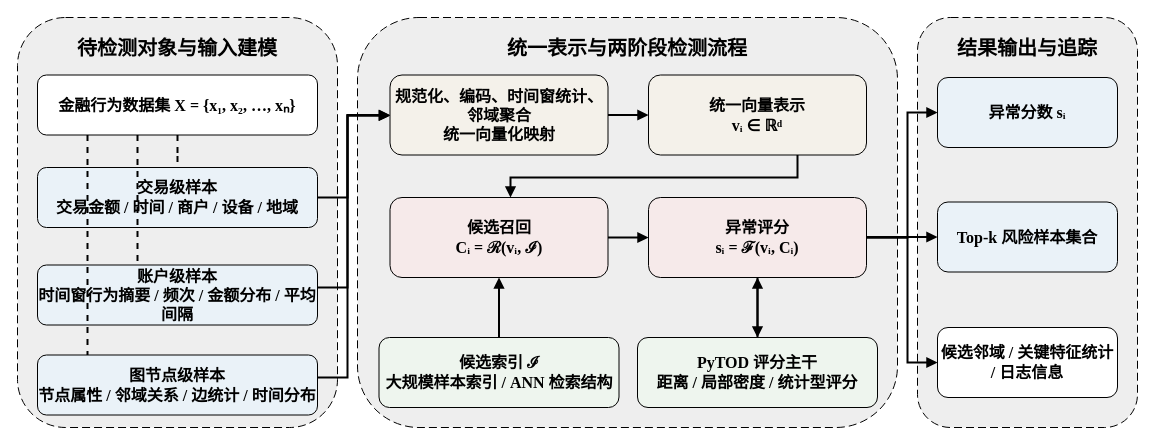
Earlier version of the draw.io diagram figures/fig3-1_financial_anomaly_task_model.drawio (HuangEven/latex-template). Source tidied: cells renumbered, new cells numbered last; positions are measured from the earlier drawing's top-left corner, leaving out a move shared by most shapes. Both pictures are drawn from the tidied source at 100%, with x=0, y=0 at pixel (17, 17).
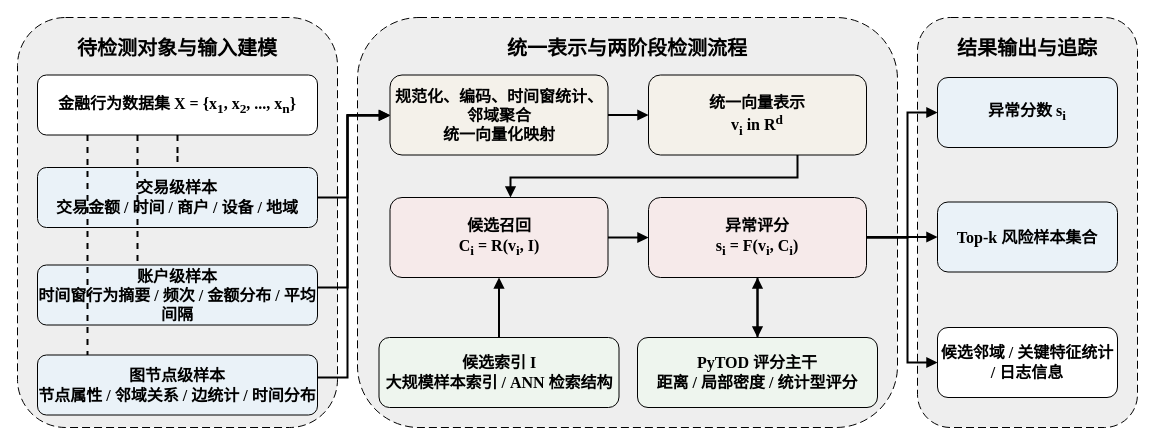
The same page after the edit.

Diff of the diagram source:
```diff
@@
-    <mxCell id="5" value="金融行为数据集 X = {x₁, x₂, …, xₙ}" style="rounded=1;whiteSpace=wrap;html=1;fontSize=16;fontStyle=1;fontFamily=Times New Roman;align=center;verticalAlign=middle;strokeWidth=1;rotation=0;" parent="1" vertex="1">
+    <mxCell id="5" value="金融行为数据集 X = {x&lt;sub&gt;1&lt;/sub&gt;, x&lt;sub&gt;2&lt;/sub&gt;, ..., x&lt;sub&gt;n&lt;/sub&gt;}" style="rounded=1;whiteSpace=wrap;html=1;fontSize=16;fontStyle=1;fontFamily=Times New Roman;align=center;verticalAlign=middle;strokeWidth=1;rotation=0;" parent="1" vertex="1">
       <mxGeometry x="20" y="57.5" width="280" height="60" as="geometry" />
     </mxCell>
@@
-    <mxCell id="10" value="统一向量表示&lt;br&gt;vᵢ ∈ ℝᵈ" style="rounded=1;whiteSpace=wrap;html=1;fontSize=16;fontFamily=Times New Roman;align=center;verticalAlign=middle;strokeWidth=1;fillColor=#F4F1EA;strokeColor=#000000;fontStyle=1;rotation=0;" parent="1" vertex="1">
+    <mxCell id="10" value="统一向量表示&lt;br&gt;v&lt;sub&gt;i&lt;/sub&gt; in R&lt;sup&gt;d&lt;/sup&gt;" style="rounded=1;whiteSpace=wrap;html=1;fontSize=16;fontFamily=Times New Roman;align=center;verticalAlign=middle;strokeWidth=1;fillColor=#F4F1EA;strokeColor=#000000;fontStyle=1;rotation=0;" parent="1" vertex="1">
       <mxGeometry x="631" y="57.5" width="218" height="80" as="geometry" />
     </mxCell>
-    <mxCell id="11" value="候选召回&lt;br&gt;Cᵢ = ℛ(vᵢ, ℐ)" style="rounded=1;whiteSpace=wrap;html=1;fontSize=16;fontFamily=Times New Roman;align=center;verticalAlign=middle;strokeWidth=1;fillColor=#F6EAEA;strokeColor=#000000;fontStyle=1;" parent="1" vertex="1">
+    <mxCell id="11" value="候选召回&lt;br&gt;C&lt;sub&gt;i&lt;/sub&gt; = R(v&lt;sub&gt;i&lt;/sub&gt;, I)" style="rounded=1;whiteSpace=wrap;html=1;fontSize=16;fontFamily=Times New Roman;align=center;verticalAlign=middle;strokeWidth=1;fillColor=#F6EAEA;strokeColor=#000000;fontStyle=1;" parent="1" vertex="1">
       <mxGeometry x="372.5" y="180" width="218" height="80" as="geometry" />
     </mxCell>
@@
-    <mxCell id="13" value="候选索引 ℐ&lt;br&gt;大规模样本索引 / ANN 检索结构" style="rounded=1;whiteSpace=wrap;html=1;fontSize=16;fontFamily=Times New Roman;align=center;verticalAlign=middle;strokeWidth=1;fillColor=#EEF5EE;strokeColor=#000000;fontStyle=1;" parent="1" vertex="1">
+    <mxCell id="13" value="候选索引 I&lt;br&gt;大规模样本索引 / ANN 检索结构" style="rounded=1;whiteSpace=wrap;html=1;fontSize=16;fontFamily=Times New Roman;align=center;verticalAlign=middle;strokeWidth=1;fillColor=#EEF5EE;strokeColor=#000000;fontStyle=1;" parent="1" vertex="1">
       <mxGeometry x="361.5" y="320" width="240" height="70" as="geometry" />
     </mxCell>
@@
-    <mxCell id="15" value="异常评分&lt;br&gt;sᵢ = ℱ(vᵢ, Cᵢ)" style="rounded=1;whiteSpace=wrap;html=1;fontSize=16;fontFamily=Times New Roman;align=center;verticalAlign=middle;strokeWidth=1;fillColor=#F6EAEA;strokeColor=#000000;fontStyle=1;" parent="1" vertex="1">
+    <mxCell id="15" value="异常评分&lt;br&gt;s&lt;sub&gt;i&lt;/sub&gt; = F(v&lt;sub&gt;i&lt;/sub&gt;, C&lt;sub&gt;i&lt;/sub&gt;)" style="rounded=1;whiteSpace=wrap;html=1;fontSize=16;fontFamily=Times New Roman;align=center;verticalAlign=middle;strokeWidth=1;fillColor=#F6EAEA;strokeColor=#000000;fontStyle=1;" parent="1" vertex="1">
       <mxGeometry x="631" y="180" width="218" height="80" as="geometry" />
     </mxCell>
@@
-    <mxCell id="17" value="异常分数 sᵢ" style="rounded=1;whiteSpace=wrap;html=1;fontSize=16;fontFamily=Times New Roman;align=center;verticalAlign=middle;strokeWidth=1;fillColor=#EAF2F8;strokeColor=#000000;fontStyle=1;rotation=0;" parent="1" vertex="1">
+    <mxCell id="17" value="异常分数 s&lt;sub&gt;i&lt;/sub&gt;" style="rounded=1;whiteSpace=wrap;html=1;fontSize=16;fontFamily=Times New Roman;align=center;verticalAlign=middle;strokeWidth=1;fillColor=#EAF2F8;strokeColor=#000000;fontStyle=1;rotation=0;" parent="1" vertex="1">
       <mxGeometry x="920" y="60" width="180" height="70" as="geometry" />
     </mxCell>
```
